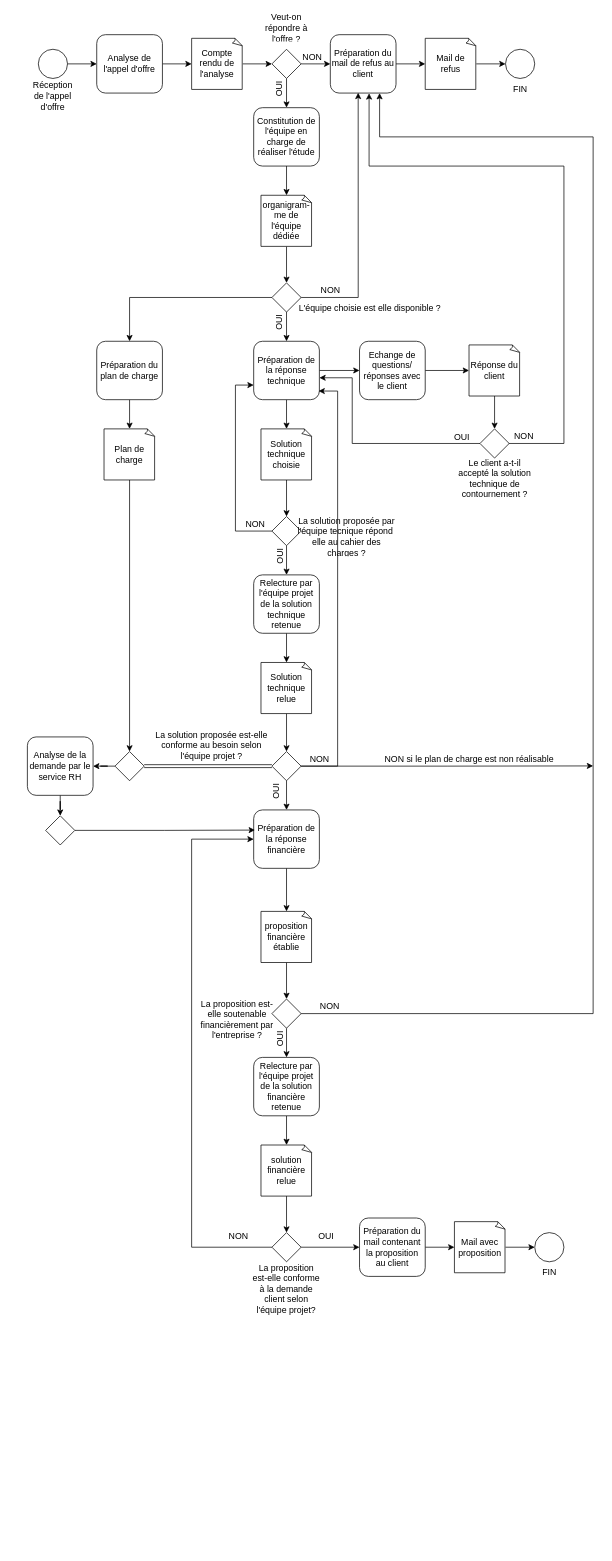
MrRobotInThePlace/chatbotNodejsDialogflow keeps this draw.io diagram as Sécurisation site internet.drawio. Above is the earlier version. Source tidied: cells renumbered, new cells numbered last; positions are measured from the earlier drawing's top-left corner, leaving out a move shared by most shapes. Both pictures are drawn from the tidied source at 73%, with x=0, y=0 at pixel (27, 20).
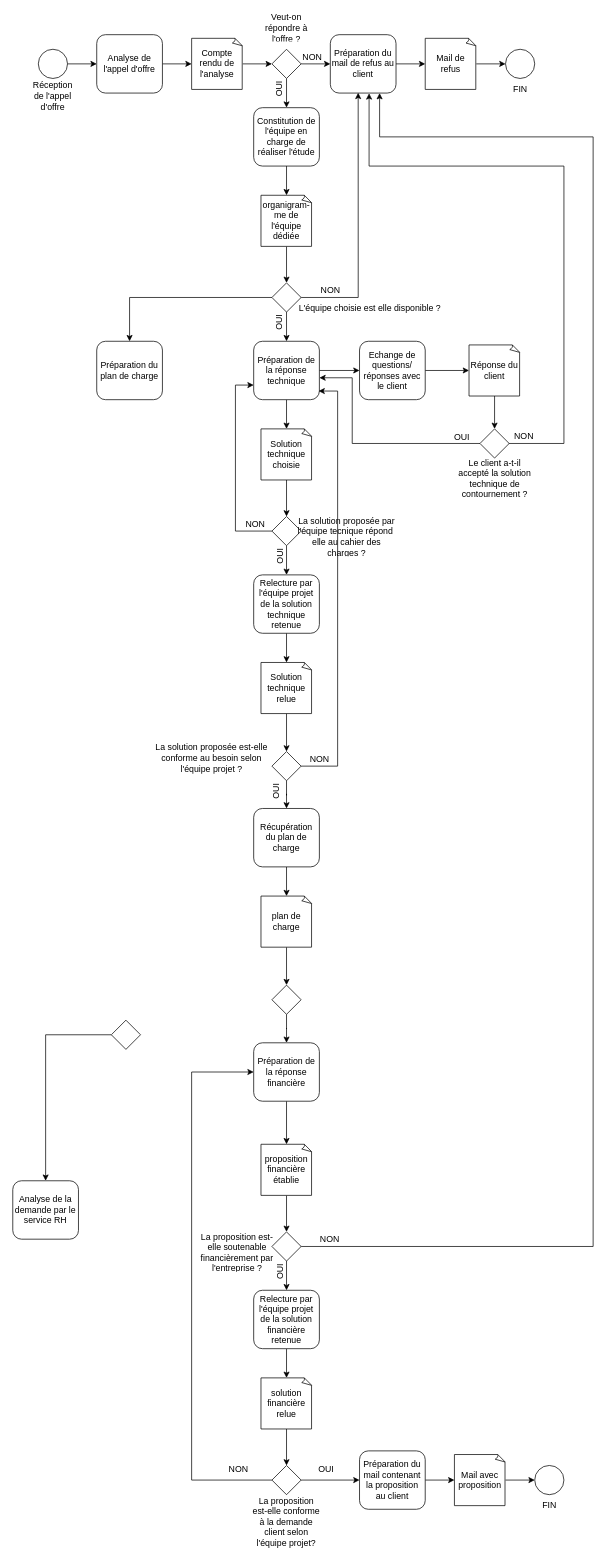
The same diagram, later.

Commit message (it also covers changes not shown here):
Mettre à jour Sécurisation site internet.drawio

The change refers to these unchanged cells:
```xml
<mxCell id="14" value="Préparation du mail de refus au client" style="rounded=1;whiteSpace=wrap;html=1;" parent="1" vertex="1">
  <mxGeometry x="415" y="20" width="90" height="80" as="geometry" />
</mxCell>
<mxCell id="80" style="rhombus;whiteSpace=wrap;html=1;" parent="1" vertex="1">
  <mxGeometry x="335" y="1002" width="40" height="40" as="geometry" />
</mxCell>
<mxCell id="90" value="Préparation du plan de charge" style="rounded=1;whiteSpace=wrap;html=1;" parent="1" vertex="1">
  <mxGeometry x="95" y="440" width="90" height="80" as="geometry" />
</mxCell>
```

Diff of the diagram source:
```diff
@@
     <mxCell id="43" value="Préparation de la réponse financière" style="rounded=1;whiteSpace=wrap;html=1;" parent="1" vertex="1">
-      <mxGeometry x="310" y="1082" width="90" height="80" as="geometry" />
+      <mxGeometry x="310" y="1401" width="90" height="80" as="geometry" />
     </mxCell>
@@
     <mxCell id="53" value="proposition financière établie" style="whiteSpace=wrap;html=1;shape=mxgraph.basic.document;" parent="1" vertex="1">
-      <mxGeometry x="320" y="1221" width="70" height="70" as="geometry" />
+      <mxGeometry x="320" y="1540" width="70" height="70" as="geometry" />
     </mxCell>
@@
     <mxCell id="55" style="edgeStyle=orthogonalEdgeStyle;rounded=0;jettySize=auto;html=1;exitX=1;exitY=0.5;exitDx=0;exitDy=0;entryX=0.75;entryY=1;entryDx=0;entryDy=0;" parent="1" edge="1" source="56" target="14">
       <mxGeometry relative="1" as="geometry">
         <Array as="points">
-          <mxPoint x="775" y="1361" />
+          <mxPoint x="775" y="1680" />
           <mxPoint x="775" y="160" />
           <mxPoint x="483" y="160" />
         </Array>
       </mxGeometry>
     </mxCell>
     <mxCell id="56" style="rhombus;whiteSpace=wrap;html=1;" parent="1" vertex="1">
-      <mxGeometry x="335" y="1341" width="40" height="40" as="geometry" />
+      <mxGeometry x="335" y="1660" width="40" height="40" as="geometry" />
     </mxCell>
@@
     <mxCell id="58" value="NON" style="text;html=1;align=center;verticalAlign=middle;strokeColor=none;fillColor=none;" parent="1" vertex="1">
-      <mxGeometry x="389" y="1336" width="50" height="30" as="geometry" />
+      <mxGeometry x="389" y="1655" width="50" height="30" as="geometry" />
     </mxCell>
     <mxCell id="59" value="La proposition est-elle conforme à la demande client selon l'équipe projet?" style="text;whiteSpace=wrap;html=1;align=center;" parent="1" vertex="1">
-      <mxGeometry x="305" y="1696" width="100" height="40" as="geometry" />
+      <mxGeometry x="305" y="2015" width="100" height="40" as="geometry" />
     </mxCell>
@@
     <mxCell id="61" value="Relecture par l'équipe projet de la solution financière retenue" style="rounded=1;whiteSpace=wrap;html=1;" parent="1" vertex="1">
-      <mxGeometry x="310" y="1421" width="90" height="80" as="geometry" />
+      <mxGeometry x="310" y="1740" width="90" height="80" as="geometry" />
     </mxCell>
     <mxCell id="62" value="OUI" style="text;html=1;align=center;verticalAlign=bottom;strokeColor=none;fillColor=none;horizontal=0;" parent="1" vertex="1">
-      <mxGeometry x="315" y="1381" width="40" height="30" as="geometry" />
+      <mxGeometry x="315" y="1700" width="40" height="30" as="geometry" />
     </mxCell>
@@
     <mxCell id="64" value="solution financière relue" style="whiteSpace=wrap;html=1;shape=mxgraph.basic.document;" parent="1" vertex="1">
-      <mxGeometry x="320" y="1541" width="70" height="70" as="geometry" />
+      <mxGeometry x="320" y="1860" width="70" height="70" as="geometry" />
     </mxCell>
@@
     <mxCell id="66" style="edgeStyle=orthogonalEdgeStyle;rounded=0;jettySize=auto;html=1;entryX=0;entryY=0.5;entryDx=0;entryDy=0;" parent="1" edge="1" source="67" target="43">
       <mxGeometry relative="1" as="geometry">
         <Array as="points">
-          <mxPoint x="225" y="1681" />
-          <mxPoint x="225" y="1122" />
+          <mxPoint x="225" y="2000" />
+          <mxPoint x="225" y="1441" />
         </Array>
       </mxGeometry>
     </mxCell>
     <mxCell id="67" style="rhombus;whiteSpace=wrap;html=1;" parent="1" vertex="1">
-      <mxGeometry x="335" y="1661" width="40" height="40" as="geometry" />
+      <mxGeometry x="335" y="1980" width="40" height="40" as="geometry" />
     </mxCell>
     <mxCell id="68" style="ellipse;whiteSpace=wrap;html=1;" parent="1" vertex="1">
-      <mxGeometry x="695" y="1661" width="40" height="40" as="geometry" />
+      <mxGeometry x="695" y="1980" width="40" height="40" as="geometry" />
     </mxCell>
@@
     <mxCell id="70" value="Préparation du mail contenant la proposition au client" style="rounded=1;whiteSpace=wrap;html=1;" parent="1" vertex="1">
-      <mxGeometry x="455" y="1641" width="90" height="80" as="geometry" />
+      <mxGeometry x="455" y="1960" width="90" height="80" as="geometry" />
     </mxCell>
@@
     <mxCell id="72" value="Mail avec proposition" style="whiteSpace=wrap;html=1;shape=mxgraph.basic.document;" parent="1" vertex="1">
-      <mxGeometry x="585" y="1646" width="70" height="70" as="geometry" />
+      <mxGeometry x="585" y="1965" width="70" height="70" as="geometry" />
     </mxCell>
     <mxCell id="73" value="FIN" style="text;html=1;align=center;verticalAlign=middle;strokeColor=none;fillColor=none;" parent="1" vertex="1">
-      <mxGeometry x="695" y="1701" width="40" height="30" as="geometry" />
+      <mxGeometry x="695" y="2020" width="40" height="30" as="geometry" />
     </mxCell>
     <mxCell id="74" value="OUI" style="text;html=1;align=center;verticalAlign=middle;strokeColor=none;fillColor=none;" parent="1" vertex="1">
-      <mxGeometry x="389" y="1651" width="40" height="30" as="geometry" />
+      <mxGeometry x="389" y="1970" width="40" height="30" as="geometry" />
     </mxCell>
@@
-    <mxCell id="77" style="edgeStyle=orthogonalEdgeStyle;rounded=0;jettySize=auto;html=1;" parent="1" edge="1" source="80" target="43">
-      <mxGeometry relative="1" as="geometry" />
-    </mxCell>
@@
-    <mxCell id="79" style="edgeStyle=orthogonalEdgeStyle;rounded=0;jettySize=auto;html=1;exitX=1;exitY=0.5;exitDx=0;exitDy=0;" parent="1" edge="1" source="80">
-      <mxGeometry relative="1" as="geometry">
-        <mxPoint x="775" y="1021.7" as="targetPoint" />
-      </mxGeometry>
-    </mxCell>
+    <mxCell id="102" style="edgeStyle=orthogonalEdgeStyle;rounded=0;jettySize=auto;html=1;" parent="1" edge="1" source="80" target="104">
+      <mxGeometry relative="1" as="geometry" />
+    </mxCell>
@@
     <mxCell id="81" value="La solution proposée est-elle conforme au besoin selon l'équipe projet ?" style="text;html=1;strokeColor=none;fillColor=none;spacing=5;spacingTop=-20;whiteSpace=wrap;overflow=hidden;rounded=0;align=center;" parent="1" vertex="1">
-      <mxGeometry x="170" y="983" width="165" height="45" as="geometry" />
+      <mxGeometry x="170" y="999.5" width="165" height="45" as="geometry" />
     </mxCell>
@@
     <mxCell id="88" value="NON" style="text;html=1;align=center;verticalAlign=middle;strokeColor=none;fillColor=none;" parent="1" vertex="1">
-      <mxGeometry x="263.7" y="1651" width="50" height="30" as="geometry" />
+      <mxGeometry x="263.7" y="1970" width="50" height="30" as="geometry" />
     </mxCell>
-    <mxCell id="89" style="edgeStyle=orthogonalEdgeStyle;rounded=0;jettySize=auto;html=1;" parent="1" edge="1" source="90" target="92">
-      <mxGeometry relative="1" as="geometry" />
-    </mxCell>
@@
-    <mxCell id="91" style="edgeStyle=orthogonalEdgeStyle;rounded=0;jettySize=auto;html=1;" parent="1" edge="1" source="92" target="95">
-      <mxGeometry relative="1" as="geometry" />
-    </mxCell>
-    <mxCell id="92" value="Plan de charge" style="whiteSpace=wrap;html=1;shape=mxgraph.basic.document;" parent="1" vertex="1">
-      <mxGeometry x="105" y="560" width="70" height="70" as="geometry" />
-    </mxCell>
@@
-    <mxCell id="94" style="edgeStyle=orthogonalEdgeStyle;rounded=0;jettySize=auto;html=1;exitX=1;exitY=0.5;exitDx=0;exitDy=0;shape=link;" parent="1" edge="1" source="95" target="80">
-      <mxGeometry relative="1" as="geometry" />
-    </mxCell>
     <mxCell id="95" style="rhombus;whiteSpace=wrap;html=1;" parent="1" vertex="1">
-      <mxGeometry x="120" y="1002" width="40" height="40" as="geometry" />
+      <mxGeometry x="115" y="1370" width="40" height="40" as="geometry" />
     </mxCell>
-    <mxCell id="96" style="edgeStyle=orthogonalEdgeStyle;rounded=0;jettySize=auto;html=1;" parent="1" edge="1" source="97" target="101">
-      <mxGeometry relative="1" as="geometry" />
-    </mxCell>
     <mxCell id="97" value="Analyse de la demande par le service RH" style="rounded=1;whiteSpace=wrap;html=1;" parent="1" vertex="1">
-      <mxGeometry y="982" width="90" height="80" as="geometry" />
+      <mxGeometry x="-20" y="1590" width="90" height="80" as="geometry" />
     </mxCell>
     <mxCell id="98" value="La proposition est-elle soutenable financièrement par l'entreprise ?" style="text;html=1;strokeColor=none;fillColor=none;spacing=5;spacingTop=-20;whiteSpace=wrap;overflow=hidden;rounded=0;align=center;" parent="1" vertex="1">
-      <mxGeometry x="230" y="1351" width="115" height="45" as="geometry" />
+      <mxGeometry x="230" y="1670" width="115" height="45" as="geometry" />
     </mxCell>
-    <mxCell id="99" value="NON si le plan de charge est non réalisable" style="text;html=1;align=center;verticalAlign=middle;strokeColor=none;fillColor=none;" parent="1" vertex="1">
-      <mxGeometry x="475" y="998" width="260" height="30" as="geometry" />
-    </mxCell>
-    <mxCell id="100" style="edgeStyle=orthogonalEdgeStyle;rounded=0;jettySize=auto;html=1;entryX=0.019;entryY=0.345;entryDx=0;entryDy=0;entryPerimeter=0;" parent="1" edge="1" source="101" target="43">
-      <mxGeometry relative="1" as="geometry" />
-    </mxCell>
-    <mxCell id="101" style="rhombus;whiteSpace=wrap;html=1;" parent="1" vertex="1">
-      <mxGeometry x="25" y="1090" width="40" height="40" as="geometry" />
-    </mxCell>
+    <mxCell id="103" style="edgeStyle=orthogonalEdgeStyle;rounded=0;jettySize=auto;html=1;" parent="1" edge="1" source="104" target="108">
+      <mxGeometry relative="1" as="geometry" />
+    </mxCell>
+    <mxCell id="104" value="Récupération du plan de charge" style="rounded=1;whiteSpace=wrap;html=1;" parent="1" vertex="1">
+      <mxGeometry x="310" y="1080" width="90" height="80" as="geometry" />
+    </mxCell>
+    <mxCell id="105" style="edgeStyle=orthogonalEdgeStyle;rounded=0;jettySize=auto;html=1;" parent="1" edge="1" source="106" target="43">
+      <mxGeometry relative="1" as="geometry" />
+    </mxCell>
+    <mxCell id="106" style="rhombus;whiteSpace=wrap;html=1;" parent="1" vertex="1">
+      <mxGeometry x="335" y="1322" width="40" height="40" as="geometry" />
+    </mxCell>
+    <mxCell id="107" style="edgeStyle=orthogonalEdgeStyle;rounded=0;jettySize=auto;html=1;entryX=0.5;entryY=0;entryDx=0;entryDy=0;" parent="1" edge="1" source="108" target="106">
+      <mxGeometry relative="1" as="geometry" />
+    </mxCell>
+    <mxCell id="108" value="plan de charge" style="whiteSpace=wrap;html=1;shape=mxgraph.basic.document;" parent="1" vertex="1">
+      <mxGeometry x="320" y="1200" width="70" height="70" as="geometry" />
+    </mxCell>
```
